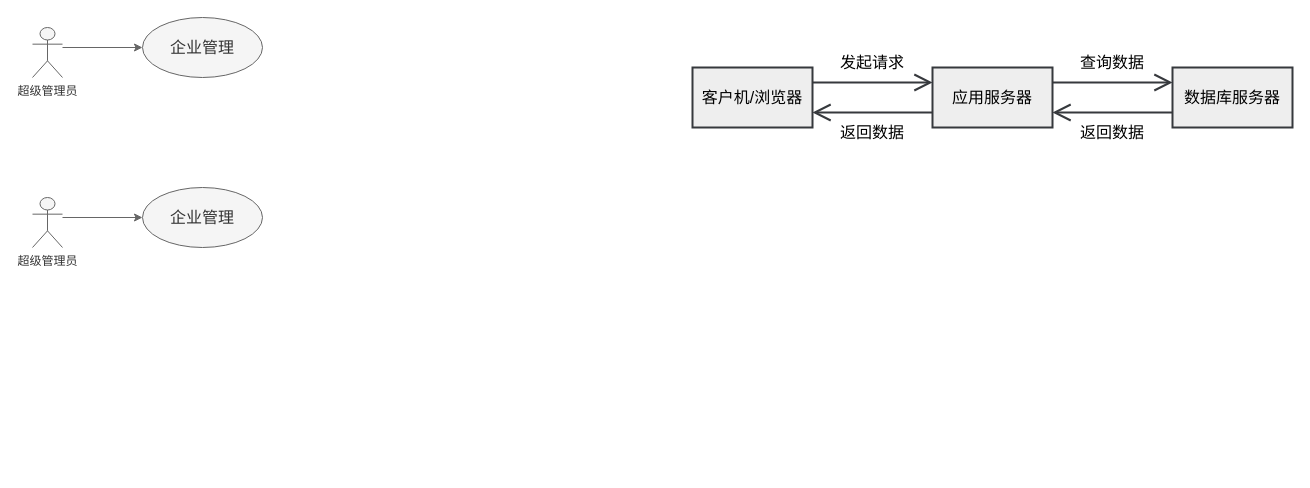
Earlier version of the draw.io diagram 人力资源管理.drawio (cuitao1998/diagram). Source tidied: cells renumbered, new cells numbered last; positions are measured from the earlier drawing's top-left corner, leaving out a move shared by most shapes. Both pictures are drawn from the tidied source at 100%, with x=0, y=0 at pixel (32, 17).
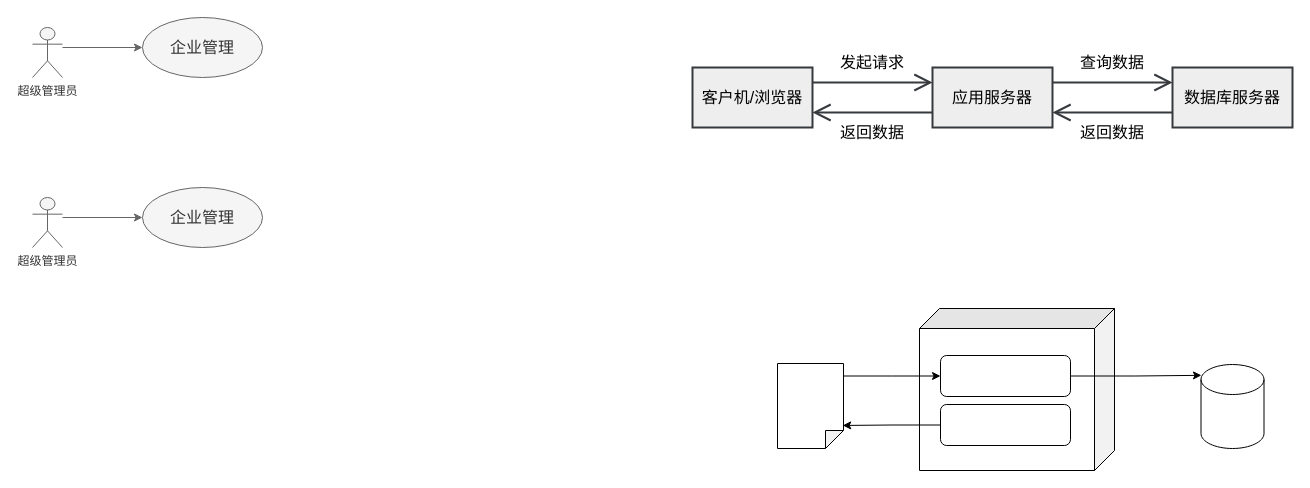
After the change.

Commit message:
更新人力资源管理.drawio

Change to the diagram source:
```diff
@@
+    <mxCell id="19" style="shape=cube;whiteSpace=wrap;html=1;boundedLbl=1;backgroundOutline=1;darkOpacity=0.05;darkOpacity2=0.1;direction=south;" parent="1" vertex="1">
+      <mxGeometry x="887" y="291" width="195" height="162" as="geometry" />
+    </mxCell>
+    <mxCell id="20" style="shape=cylinder3;whiteSpace=wrap;html=1;boundedLbl=1;backgroundOutline=1;size=15;" parent="1" vertex="1">
+      <mxGeometry x="1168.5" y="347" width="63" height="84" as="geometry" />
+    </mxCell>
+    <mxCell id="21" style="edgeStyle=orthogonalEdgeStyle;rounded=0;jettySize=auto;html=1;entryX=0.007;entryY=0.129;entryDx=0;entryDy=0;entryPerimeter=0;" parent="1" edge="1" source="22" target="20">
+      <mxGeometry relative="1" as="geometry" />
+    </mxCell>
+    <mxCell id="22" style="rounded=1;whiteSpace=wrap;html=1;" parent="1" vertex="1">
+      <mxGeometry x="908" y="338" width="130" height="41" as="geometry" />
+    </mxCell>
+    <mxCell id="23" style="edgeStyle=orthogonalEdgeStyle;rounded=0;jettySize=auto;html=1;entryX=0;entryY=0.5;entryDx=0;entryDy=0;" parent="1" edge="1" source="24" target="22">
+      <mxGeometry relative="1" as="geometry">
+        <Array as="points">
+          <mxPoint x="859" y="359" />
+        </Array>
+      </mxGeometry>
+    </mxCell>
+    <mxCell id="24" style="shape=note;whiteSpace=wrap;html=1;backgroundOutline=1;darkOpacity=0.05;direction=south;size=18;" parent="1" vertex="1">
+      <mxGeometry x="745" y="346" width="66" height="85" as="geometry" />
+    </mxCell>
+    <mxCell id="25" style="edgeStyle=orthogonalEdgeStyle;rounded=0;jettySize=auto;html=1;exitX=0;exitY=0.5;exitDx=0;exitDy=0;entryX=0.729;entryY=0.012;entryDx=0;entryDy=0;entryPerimeter=0;" parent="1" edge="1" source="26" target="24">
+      <mxGeometry relative="1" as="geometry" />
+    </mxCell>
+    <mxCell id="26" style="rounded=1;whiteSpace=wrap;html=1;" parent="1" vertex="1">
+      <mxGeometry x="908" y="387" width="130" height="41" as="geometry" />
+    </mxCell>
```
